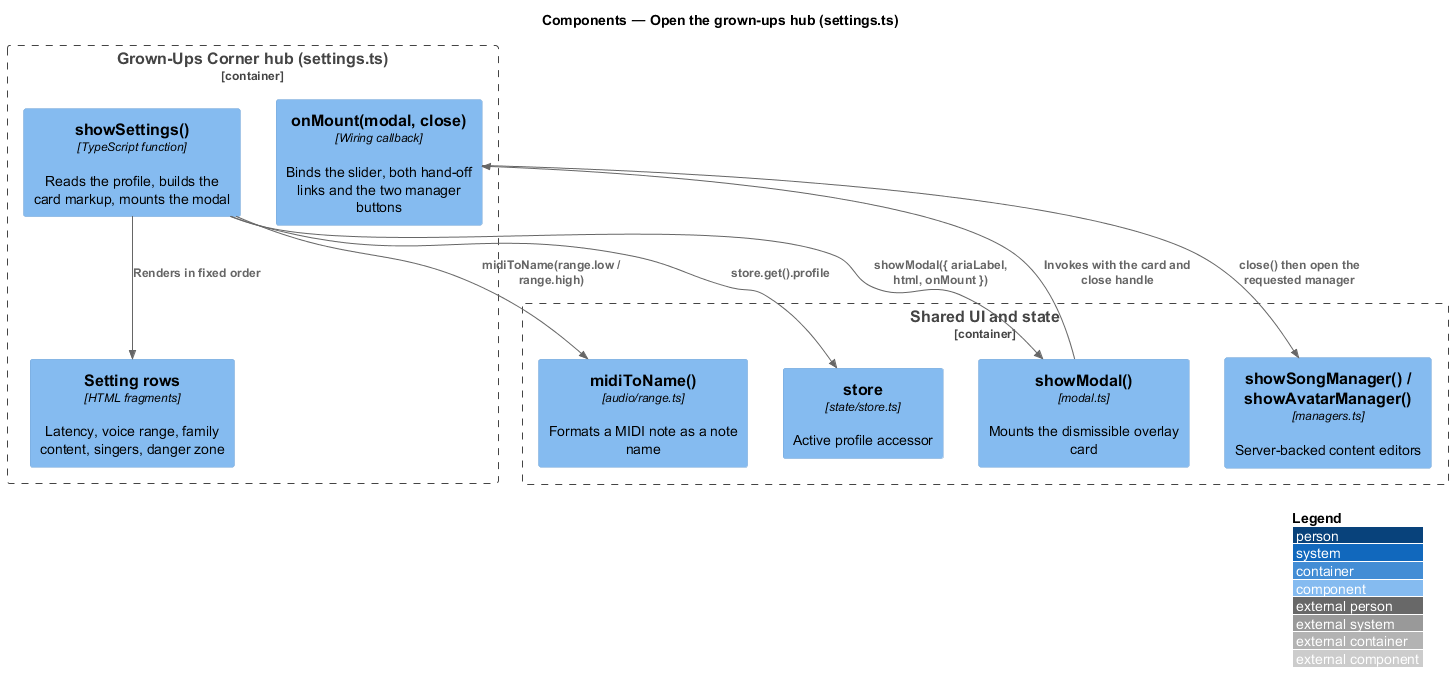
QuinntyneBrown/TwinkleTune keeps this PlantUML diagram as docs/detailed-designs/grown-ups-corner/open-the-grown-ups-hub/diagrams/c4-component.png. Above is the earlier version. Its diagram source:
```plantuml
@startuml
!include <C4/C4_Component>
LAYOUT_WITH_LEGEND()
title Components — Open the grown-ups hub (settings.ts)

Container_Boundary(hub, "Grown-Ups Corner hub (settings.ts)") {
  Component(show, "showSettings()", "TypeScript function", "Reads the profile, builds the card markup, mounts the modal")
  Component(mount, "onMount(modal, close)", "Wiring callback", "Binds the slider, both hand-off links and the two manager buttons")
  Component(rows, "Setting rows", "HTML fragments", "Latency, voice range, family content, singers, danger zone")
}
Container_Boundary(shared, "Shared UI and state") {
  Component(host, "showModal()", "modal.ts", "Mounts the dismissible overlay card")
  Component(range, "midiToName()", "audio/range.ts", "Formats a MIDI note as a note name")
  Component(store, "store", "state/store.ts", "Active profile accessor")
  Component(mgrs, "showSongManager() / showAvatarManager()", "managers.ts", "Server-backed content editors")
}

Rel(show, store, "store.get().profile")
Rel(show, range, "midiToName(range.low / range.high)")
Rel(show, rows, "Renders in fixed order")
Rel(show, host, "showModal({ ariaLabel, html, onMount })")
Rel(host, mount, "Invokes with the card and close handle")
Rel(mount, mgrs, "close() then open the requested manager")
@enduml
```
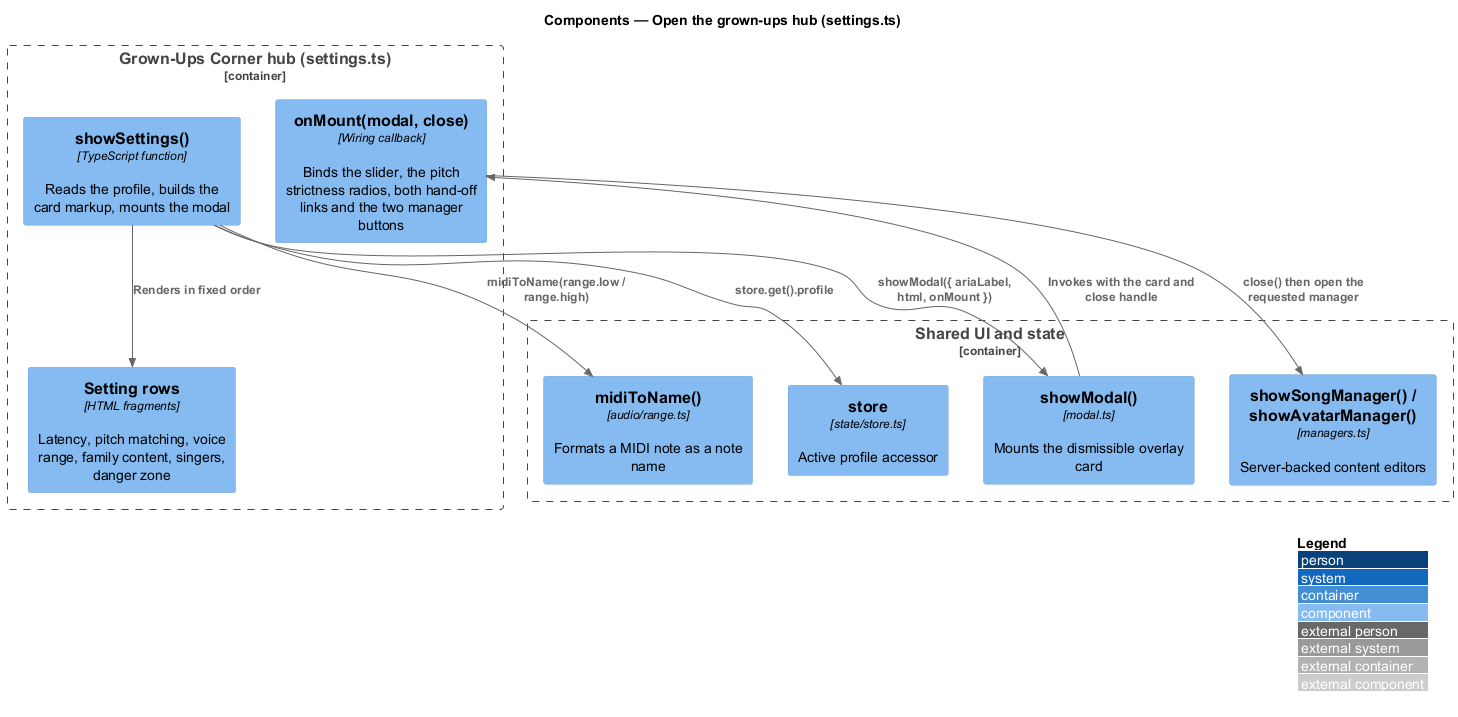
Above is the later version.

The edit, as a diff of the source:
```diff
@@ -5,8 +5,8 @@
 
 Container_Boundary(hub, "Grown-Ups Corner hub (settings.ts)") {
   Component(show, "showSettings()", "TypeScript function", "Reads the profile, builds the card markup, mounts the modal")
-  Component(mount, "onMount(modal, close)", "Wiring callback", "Binds the slider, both hand-off links and the two manager buttons")
-  Component(rows, "Setting rows", "HTML fragments", "Latency, voice range, family content, singers, danger zone")
+  Component(mount, "onMount(modal, close)", "Wiring callback", "Binds the slider, the pitch strictness radios, both hand-off links and the two manager buttons")
+  Component(rows, "Setting rows", "HTML fragments", "Latency, pitch matching, voice range, family content, singers, danger zone")
 }
 Container_Boundary(shared, "Shared UI and state") {
   Component(host, "showModal()", "modal.ts", "Mounts the dismissible overlay card")
```
